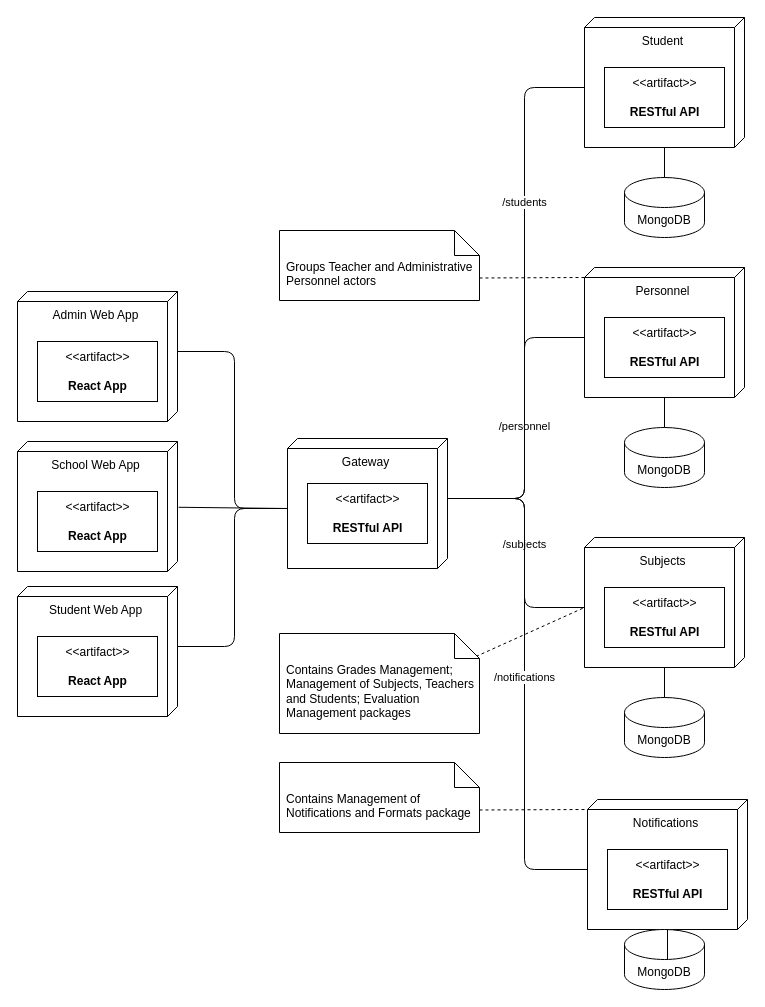
Before: design/deployment-diagram.drawio in sebastianbellodev/mern-school-system, a draw.io diagram. Source tidied: cells renumbered, new cells numbered last; positions are measured from the earlier drawing's top-left corner, leaving out a move shared by most shapes. Both pictures are drawn from the tidied source at 100%, with x=0, y=0 at pixel (17, 17).
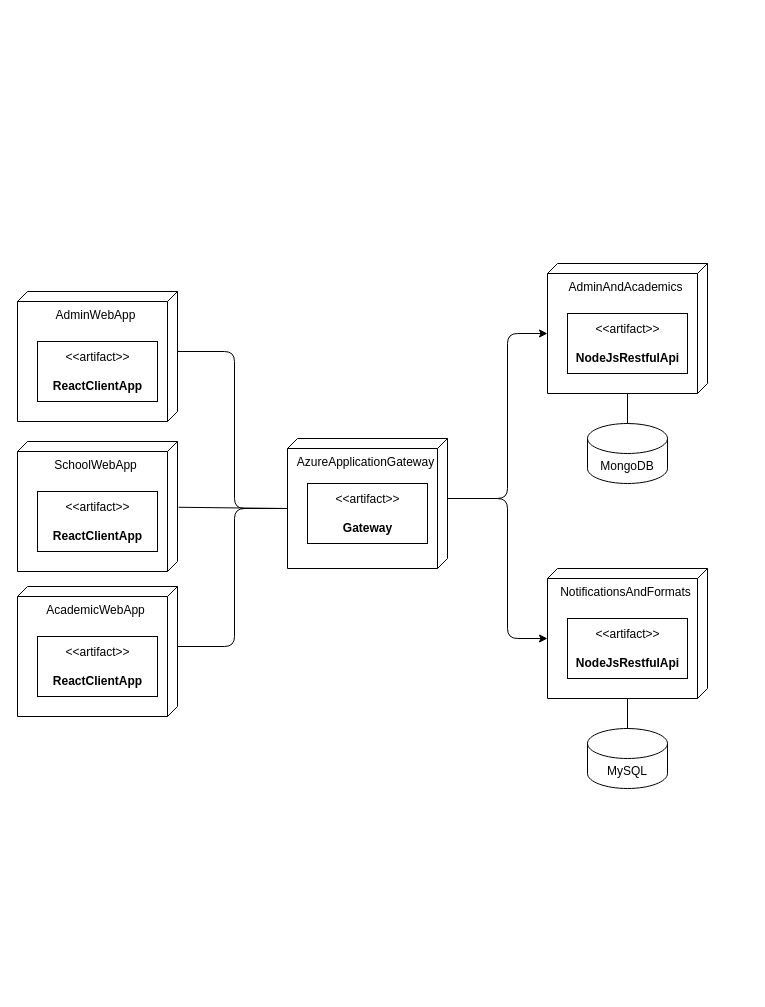
Above is the later version.

The change refers to these unchanged cells:
```xml
<mxCell id="15" style="group;" parent="14" vertex="1">
  <mxGeometry width="160" height="130" as="geometry" />
</mxCell>
<mxCell id="26" style="group;" parent="1" vertex="1">
  <mxGeometry y="569" width="160" height="130" as="geometry" />
</mxCell>
<mxCell id="29" style="group;" parent="1" vertex="1">
  <mxGeometry x="270" y="421" width="160" height="130" as="geometry" />
</mxCell>
<mxCell id="32" style="group;" parent="1" vertex="1">
  <mxGeometry y="274" width="160" height="130" as="geometry" />
</mxCell>
<mxCell id="41" style="group;" parent="1" vertex="1">
  <mxGeometry y="424" width="160" height="130" as="geometry" />
</mxCell>
```

Diff of the diagram source:
```diff
@@
-    <mxCell id="2" style="group;" parent="1" vertex="1">
-      <mxGeometry x="567" width="160" height="220" as="geometry" />
-    </mxCell>
-    <mxCell id="3" style="group;" parent="2" vertex="1">
-      <mxGeometry width="160" height="130" as="geometry" />
-    </mxCell>
-    <mxCell id="4" value="Student" style="verticalAlign=top;align=center;shape=cube;size=10;direction=south;fontStyle=0;html=1;boundedLbl=1;spacingLeft=5;" parent="3" vertex="1">
-      <mxGeometry width="160" height="130" as="geometry" />
-    </mxCell>
-    <mxCell id="5" value="&amp;lt;&amp;lt;artifact&amp;gt;&amp;gt;&lt;br&gt;&lt;br&gt;&lt;b&gt;RESTful API&lt;/b&gt;" style="html=1;align=center;verticalAlign=middle;dashed=0;fontSize=12;" parent="3" vertex="1">
-      <mxGeometry x="20" y="50" width="120" height="60" as="geometry" />
-    </mxCell>
-    <mxCell id="6" value="MongoDB" style="shape=cylinder3;whiteSpace=wrap;html=1;boundedLbl=1;backgroundOutline=1;size=15;fontSize=12;" parent="2" vertex="1">
-      <mxGeometry x="40" y="160" width="80" height="60" as="geometry" />
-    </mxCell>
-    <mxCell id="7" style="edgeStyle=none;html=1;fontSize=12;endArrow=none;endFill=0;" parent="2" edge="1" source="4" target="6">
-      <mxGeometry relative="1" as="geometry" />
-    </mxCell>
-    <mxCell id="8" style="group;" parent="1" vertex="1">
-      <mxGeometry x="567" y="250" width="160" height="220" as="geometry" />
-    </mxCell>
-    <mxCell id="9" style="group;" parent="8" vertex="1">
-      <mxGeometry width="160" height="130" as="geometry" />
-    </mxCell>
-    <mxCell id="10" value="Personnel" style="verticalAlign=top;align=center;shape=cube;size=10;direction=south;fontStyle=0;html=1;boundedLbl=1;spacingLeft=5;" parent="9" vertex="1">
-      <mxGeometry width="160" height="130" as="geometry" />
-    </mxCell>
-    <mxCell id="11" value="&amp;lt;&amp;lt;artifact&amp;gt;&amp;gt;&lt;br&gt;&lt;br&gt;&lt;b&gt;RESTful API&lt;/b&gt;" style="html=1;align=center;verticalAlign=middle;dashed=0;fontSize=12;" parent="9" vertex="1">
-      <mxGeometry x="20" y="50" width="120" height="60" as="geometry" />
-    </mxCell>
-    <mxCell id="12" value="MongoDB" style="shape=cylinder3;whiteSpace=wrap;html=1;boundedLbl=1;backgroundOutline=1;size=15;fontSize=12;" parent="8" vertex="1">
-      <mxGeometry x="40" y="160" width="80" height="60" as="geometry" />
-    </mxCell>
-    <mxCell id="13" style="edgeStyle=none;html=1;fontSize=12;endArrow=none;endFill=0;" parent="8" edge="1" source="10" target="12">
-      <mxGeometry relative="1" as="geometry" />
-    </mxCell>
     <mxCell id="14" style="group;" parent="1" vertex="1">
-      <mxGeometry x="567" y="520" width="160" height="220" as="geometry" />
+      <mxGeometry x="530" y="246" width="160" height="220" as="geometry" />
     </mxCell>
@@
-    <mxCell id="16" value="Subjects" style="verticalAlign=top;align=center;shape=cube;size=10;direction=south;fontStyle=0;html=1;boundedLbl=1;spacingLeft=5;" parent="15" vertex="1">
+    <mxCell id="16" value="AdminAndAcademics" style="verticalAlign=top;align=center;shape=cube;size=10;direction=south;fontStyle=0;html=1;boundedLbl=1;spacingLeft=5;" parent="15" vertex="1">
       <mxGeometry width="160" height="130" as="geometry" />
     </mxCell>
-    <mxCell id="17" value="&amp;lt;&amp;lt;artifact&amp;gt;&amp;gt;&lt;br&gt;&lt;br&gt;&lt;b&gt;RESTful API&lt;/b&gt;" style="html=1;align=center;verticalAlign=middle;dashed=0;fontSize=12;" parent="15" vertex="1">
+    <mxCell id="17" value="&amp;lt;&amp;lt;artifact&amp;gt;&amp;gt;&lt;br&gt;&lt;br&gt;&lt;b&gt;NodeJsRestfulApi&lt;/b&gt;" style="html=1;align=center;verticalAlign=middle;dashed=0;fontSize=12;" parent="15" vertex="1">
       <mxGeometry x="20" y="50" width="120" height="60" as="geometry" />
     </mxCell>
@@
-    <mxCell id="20" style="group;" parent="1" vertex="1">
-      <mxGeometry x="567" y="752" width="160" height="220" as="geometry" />
-    </mxCell>
-    <mxCell id="21" style="group;" parent="20" vertex="1">
-      <mxGeometry x="3" y="30" width="160" height="130" as="geometry" />
-    </mxCell>
-    <mxCell id="22" value="Notifications" style="verticalAlign=top;align=center;shape=cube;size=10;direction=south;fontStyle=0;html=1;boundedLbl=1;spacingLeft=5;" parent="21" vertex="1">
-      <mxGeometry width="160" height="130" as="geometry" />
-    </mxCell>
-    <mxCell id="23" value="&amp;lt;&amp;lt;artifact&amp;gt;&amp;gt;&lt;br&gt;&lt;br&gt;&lt;b&gt;RESTful API&lt;/b&gt;" style="html=1;align=center;verticalAlign=middle;dashed=0;fontSize=12;" parent="21" vertex="1">
-      <mxGeometry x="20" y="50" width="120" height="60" as="geometry" />
-    </mxCell>
-    <mxCell id="24" value="MongoDB" style="shape=cylinder3;whiteSpace=wrap;html=1;boundedLbl=1;backgroundOutline=1;size=15;fontSize=12;" parent="20" vertex="1">
-      <mxGeometry x="40" y="160" width="80" height="60" as="geometry" />
-    </mxCell>
-    <mxCell id="25" style="edgeStyle=none;html=1;fontSize=12;endArrow=none;endFill=0;" parent="20" edge="1" source="22">
-      <mxGeometry relative="1" as="geometry">
-        <mxPoint x="83" y="190" as="targetPoint" />
-      </mxGeometry>
-    </mxCell>
@@
-    <mxCell id="27" value="Student Web App" style="verticalAlign=top;align=center;shape=cube;size=10;direction=south;fontStyle=0;html=1;boundedLbl=1;spacingLeft=5;" parent="26" vertex="1">
+    <mxCell id="27" value="AcademicWebApp" style="verticalAlign=top;align=center;shape=cube;size=10;direction=south;fontStyle=0;html=1;boundedLbl=1;spacingLeft=5;" parent="26" vertex="1">
       <mxGeometry width="160" height="130" as="geometry" />
     </mxCell>
-    <mxCell id="28" value="&amp;lt;&amp;lt;artifact&amp;gt;&amp;gt;&lt;br&gt;&lt;br&gt;&lt;b&gt;React App&lt;/b&gt;" style="html=1;align=center;verticalAlign=middle;dashed=0;fontSize=12;" parent="26" vertex="1">
+    <mxCell id="28" value="&amp;lt;&amp;lt;artifact&amp;gt;&amp;gt;&lt;br&gt;&lt;br&gt;&lt;b&gt;ReactClientApp&lt;/b&gt;" style="html=1;align=center;verticalAlign=middle;dashed=0;fontSize=12;" parent="26" vertex="1">
       <mxGeometry x="20" y="50" width="120" height="60" as="geometry" />
     </mxCell>
@@
-    <mxCell id="30" value="Gateway" style="verticalAlign=top;align=center;shape=cube;size=10;direction=south;fontStyle=0;html=1;boundedLbl=1;spacingLeft=5;" parent="29" vertex="1">
+    <mxCell id="30" value="AzureApplicationGateway" style="verticalAlign=top;align=center;shape=cube;size=10;direction=south;fontStyle=0;html=1;boundedLbl=1;spacingLeft=5;" parent="29" vertex="1">
       <mxGeometry width="160" height="130" as="geometry" />
     </mxCell>
-    <mxCell id="31" value="&amp;lt;&amp;lt;artifact&amp;gt;&amp;gt;&lt;br&gt;&lt;br&gt;&lt;b&gt;RESTful API&lt;/b&gt;" style="html=1;align=center;verticalAlign=middle;dashed=0;fontSize=12;" parent="29" vertex="1">
+    <mxCell id="31" value="&amp;lt;&amp;lt;artifact&amp;gt;&amp;gt;&lt;br&gt;&lt;br&gt;&lt;b&gt;Gateway&lt;/b&gt;" style="html=1;align=center;verticalAlign=middle;dashed=0;fontSize=12;" parent="29" vertex="1">
       <mxGeometry x="20" y="45" width="120" height="60" as="geometry" />
     </mxCell>
@@
-    <mxCell id="33" value="Admin Web App" style="verticalAlign=top;align=center;shape=cube;size=10;direction=south;fontStyle=0;html=1;boundedLbl=1;spacingLeft=5;" parent="32" vertex="1">
+    <mxCell id="33" value="AdminWebApp" style="verticalAlign=top;align=center;shape=cube;size=10;direction=south;fontStyle=0;html=1;boundedLbl=1;spacingLeft=5;" parent="32" vertex="1">
       <mxGeometry width="160" height="130" as="geometry" />
     </mxCell>
-    <mxCell id="34" value="&amp;lt;&amp;lt;artifact&amp;gt;&amp;gt;&lt;br&gt;&lt;br&gt;&lt;b&gt;React App&lt;/b&gt;" style="html=1;align=center;verticalAlign=middle;dashed=0;fontSize=12;" parent="32" vertex="1">
+    <mxCell id="34" value="&amp;lt;&amp;lt;artifact&amp;gt;&amp;gt;&lt;br&gt;&lt;br&gt;&lt;b&gt;ReactClientApp&lt;/b&gt;" style="html=1;align=center;verticalAlign=middle;dashed=0;fontSize=12;" parent="32" vertex="1">
       <mxGeometry x="20" y="50" width="120" height="60" as="geometry" />
     </mxCell>
-    <mxCell id="35" style="edgeStyle=none;html=1;exitX=0;exitY=0;exitDx=120;exitDy=57.5;exitPerimeter=0;entryX=0;entryY=0;entryDx=70;entryDy=160;entryPerimeter=0;dashed=1;endArrow=none;endFill=0;" parent="1" edge="1" source="36" target="16">
-      <mxGeometry relative="1" as="geometry" />
-    </mxCell>
-    <mxCell id="36" value="Contains Grades Management; Management of Subjects, Teachers and Students; Evaluation Management packages" style="shape=note2;boundedLbl=1;whiteSpace=wrap;html=1;size=25;verticalAlign=top;align=left;spacingLeft=7;spacingBottom=0;spacingTop=0;spacing=0;" parent="1" vertex="1">
-      <mxGeometry x="262" y="616" width="200" height="100" as="geometry" />
-    </mxCell>
-    <mxCell id="37" style="edgeStyle=none;html=1;exitX=0;exitY=0;exitDx=200;exitDy=47.5;exitPerimeter=0;entryX=0;entryY=0;entryDx=10;entryDy=160;entryPerimeter=0;dashed=1;endArrow=none;endFill=0;" parent="1" edge="1" source="38" target="22">
-      <mxGeometry relative="1" as="geometry" />
-    </mxCell>
-    <mxCell id="38" value="Contains Management of Notifications and Formats package" style="shape=note2;boundedLbl=1;whiteSpace=wrap;html=1;size=25;verticalAlign=top;align=left;spacingLeft=7;spacingBottom=0;spacingTop=0;spacing=0;" parent="1" vertex="1">
-      <mxGeometry x="262" y="745" width="200" height="70" as="geometry" />
-    </mxCell>
-    <mxCell id="39" style="edgeStyle=none;html=1;exitX=0;exitY=0;exitDx=200;exitDy=47.5;exitPerimeter=0;entryX=0;entryY=0;entryDx=10;entryDy=160;entryPerimeter=0;dashed=1;endArrow=none;endFill=0;" parent="1" edge="1" source="40" target="10">
-      <mxGeometry relative="1" as="geometry" />
-    </mxCell>
-    <mxCell id="40" value="Groups Teacher and Administrative Personnel actors" style="shape=note2;boundedLbl=1;whiteSpace=wrap;html=1;size=25;verticalAlign=top;align=left;spacingLeft=7;spacingBottom=0;spacingTop=0;spacing=0;" parent="1" vertex="1">
-      <mxGeometry x="262" y="213" width="200" height="70" as="geometry" />
-    </mxCell>
@@
-    <mxCell id="42" value="School Web App" style="verticalAlign=top;align=center;shape=cube;size=10;direction=south;fontStyle=0;html=1;boundedLbl=1;spacingLeft=5;" parent="41" vertex="1">
+    <mxCell id="42" value="SchoolWebApp" style="verticalAlign=top;align=center;shape=cube;size=10;direction=south;fontStyle=0;html=1;boundedLbl=1;spacingLeft=5;" parent="41" vertex="1">
       <mxGeometry width="160" height="130" as="geometry" />
     </mxCell>
-    <mxCell id="43" value="&amp;lt;&amp;lt;artifact&amp;gt;&amp;gt;&lt;br&gt;&lt;br&gt;&lt;b&gt;React App&lt;/b&gt;" style="html=1;align=center;verticalAlign=middle;dashed=0;fontSize=12;" parent="41" vertex="1">
+    <mxCell id="43" value="&amp;lt;&amp;lt;artifact&amp;gt;&amp;gt;&lt;br&gt;&lt;br&gt;&lt;b&gt;ReactClientApp&lt;/b&gt;" style="html=1;align=center;verticalAlign=middle;dashed=0;fontSize=12;" parent="41" vertex="1">
       <mxGeometry x="20" y="50" width="120" height="60" as="geometry" />
     </mxCell>
@@
-    <mxCell id="47" value="/personnel" style="edgeStyle=none;html=1;exitX=0;exitY=0;exitDx=60;exitDy=0;exitPerimeter=0;entryX=0;entryY=0;entryDx=70;entryDy=160;entryPerimeter=0;endArrow=none;endFill=0;" parent="1" edge="1" source="30" target="10">
-      <mxGeometry relative="1" as="geometry">
-        <Array as="points">
-          <mxPoint x="507" y="481" />
-          <mxPoint x="507" y="320" />
-        </Array>
-      </mxGeometry>
-    </mxCell>
+    <mxCell id="50" style="group;" parent="1" vertex="1">
+      <mxGeometry x="530" y="551" width="160" height="220" as="geometry" />
+    </mxCell>
+    <mxCell id="51" style="group;" parent="50" vertex="1">
+      <mxGeometry width="160" height="130" as="geometry" />
+    </mxCell>
+    <mxCell id="52" value="NotificationsAndFormats" style="verticalAlign=top;align=center;shape=cube;size=10;direction=south;fontStyle=0;html=1;boundedLbl=1;spacingLeft=5;" parent="51" vertex="1">
+      <mxGeometry width="160" height="130" as="geometry" />
+    </mxCell>
+    <mxCell id="53" value="&amp;lt;&amp;lt;artifact&amp;gt;&amp;gt;&lt;br&gt;&lt;br&gt;&lt;b&gt;NodeJsRestfulApi&lt;/b&gt;" style="html=1;align=center;verticalAlign=middle;dashed=0;fontSize=12;" parent="51" vertex="1">
+      <mxGeometry x="20" y="50" width="120" height="60" as="geometry" />
+    </mxCell>
+    <mxCell id="54" value="MySQL" style="shape=cylinder3;whiteSpace=wrap;html=1;boundedLbl=1;backgroundOutline=1;size=15;fontSize=12;" parent="50" vertex="1">
+      <mxGeometry x="40" y="160" width="80" height="60" as="geometry" />
+    </mxCell>
+    <mxCell id="55" style="edgeStyle=none;html=1;fontSize=12;endArrow=none;endFill=0;" parent="50" edge="1" source="52" target="54">
+      <mxGeometry relative="1" as="geometry" />
+    </mxCell>
-    <mxCell id="48" value="/subjects" style="edgeStyle=none;html=1;exitX=0;exitY=0;exitDx=60;exitDy=0;exitPerimeter=0;entryX=0;entryY=0;entryDx=70;entryDy=160;entryPerimeter=0;endArrow=none;endFill=0;" parent="1" edge="1" source="30" target="16">
+    <mxCell id="48" style="edgeStyle=none;html=1;exitX=0;exitY=0;exitDx=60;exitDy=0;exitPerimeter=0;entryX=0;entryY=0;entryDx=70;entryDy=160;entryPerimeter=0;" parent="1" edge="1" source="30" target="16">
       <mxGeometry relative="1" as="geometry">
         <Array as="points">
-          <mxPoint x="507" y="481" />
-          <mxPoint x="507" y="590" />
+          <mxPoint x="490" y="481" />
+          <mxPoint x="490" y="316" />
         </Array>
       </mxGeometry>
     </mxCell>
-    <mxCell id="49" value="/notifications" style="edgeStyle=none;html=1;exitX=0;exitY=0;exitDx=60;exitDy=0;exitPerimeter=0;entryX=0;entryY=0;entryDx=70;entryDy=160;entryPerimeter=0;endArrow=none;endFill=0;" parent="1" edge="1" source="30" target="22">
-      <mxGeometry relative="1" as="geometry">
-        <Array as="points">
-          <mxPoint x="507" y="481" />
-          <mxPoint x="507" y="852" />
-        </Array>
-      </mxGeometry>
-    </mxCell>
-    <mxCell id="50" value="/students" style="edgeStyle=none;html=1;exitX=0;exitY=0;exitDx=60;exitDy=0;exitPerimeter=0;entryX=0;entryY=0;entryDx=70;entryDy=160;entryPerimeter=0;endArrow=none;endFill=0;" parent="1" edge="1" source="30" target="4">
-      <mxGeometry x="0.36" relative="1" as="geometry">
-        <Array as="points">
-          <mxPoint x="507" y="481" />
-          <mxPoint x="507" y="70" />
-        </Array>
-      </mxGeometry>
-    </mxCell>
+    <mxCell id="56" style="edgeStyle=none;html=1;exitX=0;exitY=0;exitDx=60;exitDy=0;exitPerimeter=0;entryX=0;entryY=0;entryDx=70;entryDy=160;entryPerimeter=0;" parent="1" edge="1" source="30" target="52">
+      <mxGeometry relative="1" as="geometry">
+        <Array as="points">
+          <mxPoint x="490" y="481" />
+          <mxPoint x="490" y="621" />
+        </Array>
+      </mxGeometry>
+    </mxCell>
```
